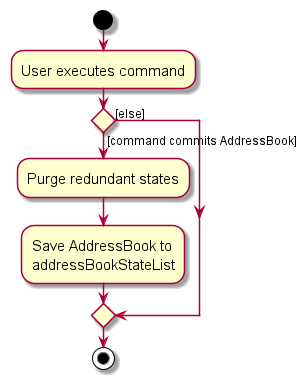
nus-cs2103-AY2425S1/tp keeps this PlantUML diagram as docs/images/CommitActivityDiagram.png. Above is the earlier version. The source it was exported from:
```plantuml
@startuml
skin rose
skinparam ActivityFontSize 15
skinparam ArrowFontSize 12
start
:User executes command;


if () then ([command commits AddressBook])
    :Purge redundant states;
    :Save AddressBook to
    addressBookStateList;
else ([else])
endif
stop
@enduml
```
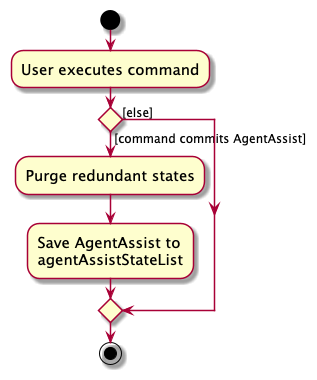
After the commit.

What changed in the source:
```diff
@@ -6,10 +6,10 @@
 :User executes command;
 
 
-if () then ([command commits AddressBook])
+if () then ([command commits AgentAssist])
     :Purge redundant states;
-    :Save AddressBook to
-    addressBookStateList;
+    :Save AgentAssist to
+    agentAssistStateList;
 else ([else])
 endif
 stop
```
